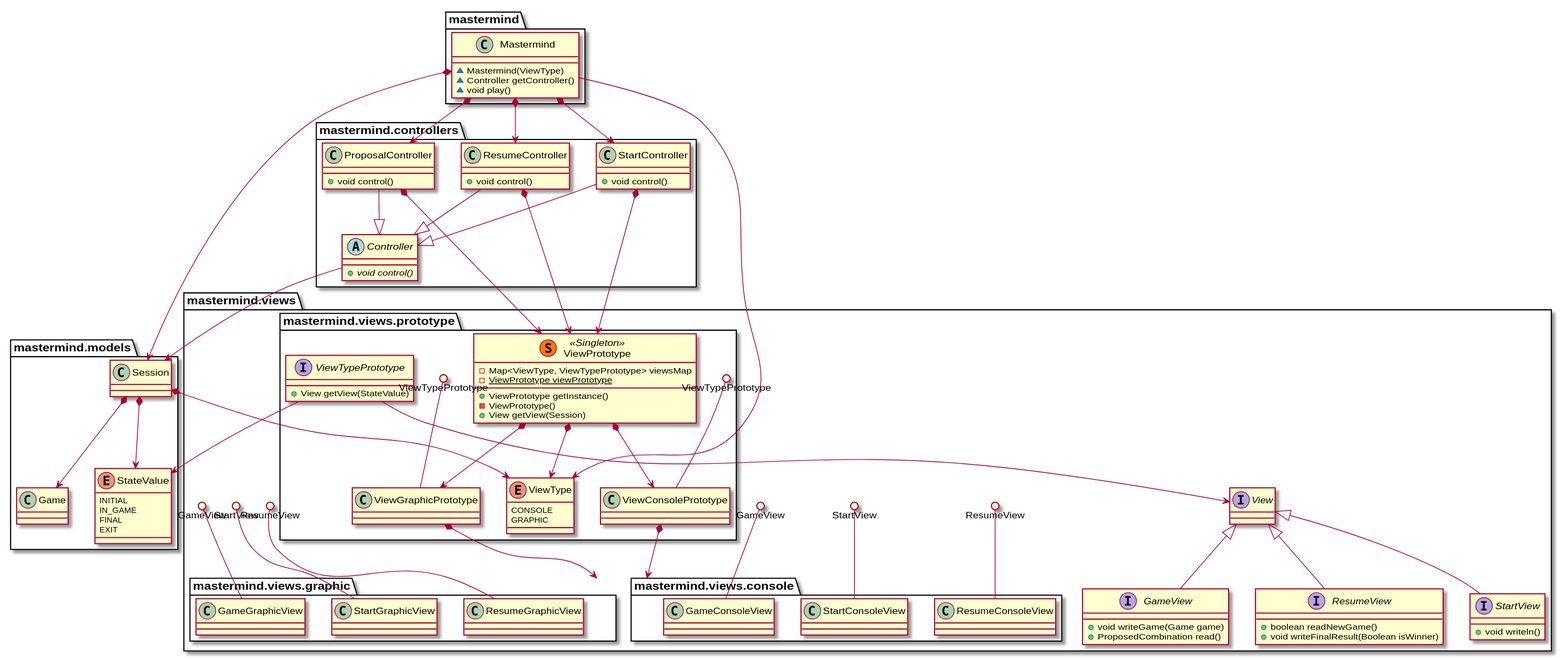
Earlier version of the PlantUML export plantuml.svg (nkoutsourais/4954-PatArqSoft-Practica4).
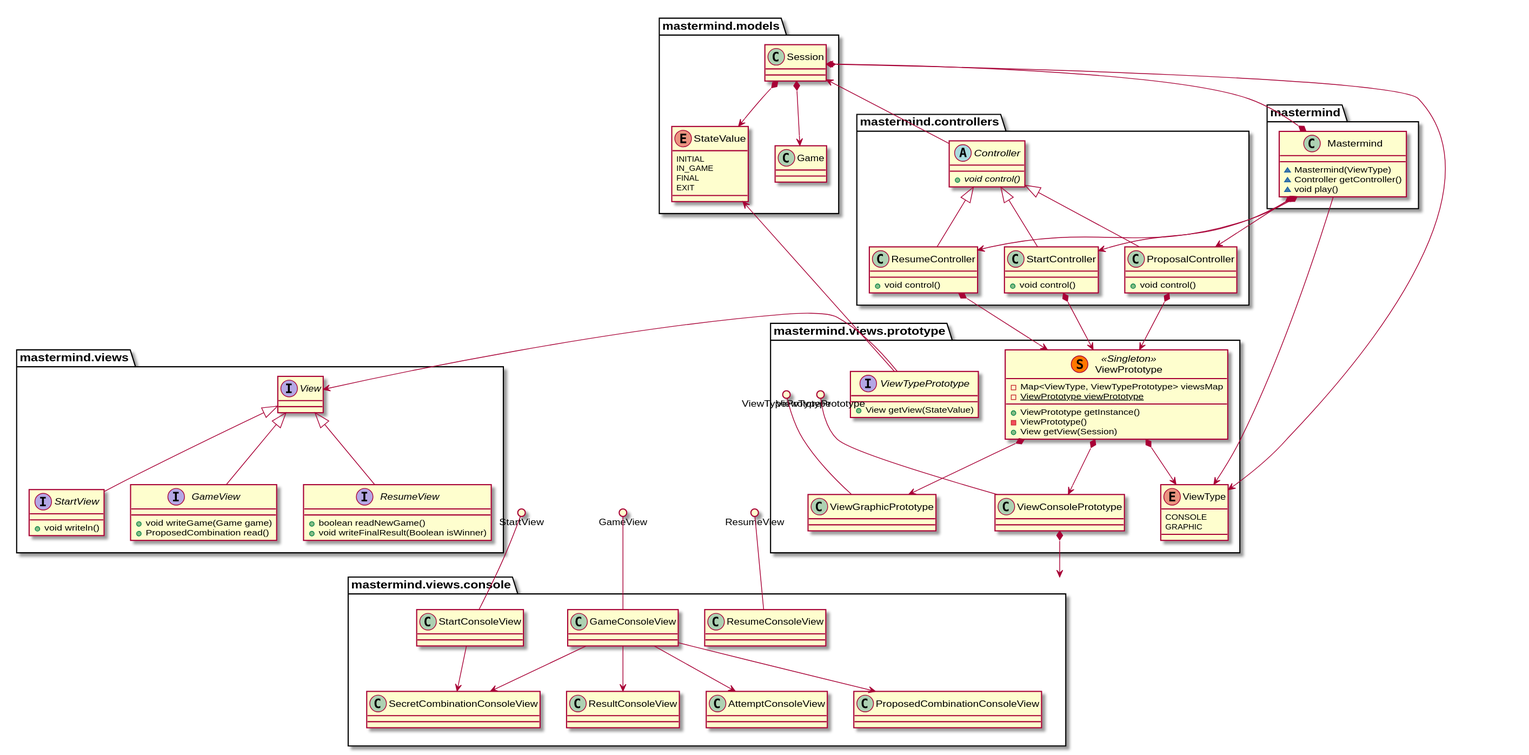
The same diagram one commit later.

What changed in the source:
```diff
@@ -1,31 +1,45 @@
 @startuml
 package mastermind {
 class Mastermind {
-    ~Mastermind(ViewType)
-    ~Controller getController()
-    ~void play()
+   ~Mastermind(ViewType)
+   ~Controller getController()
+   ~void play()
 }
+}
+
+package mastermind.models {
+class Session
+enum StateValue {
+ INITIAL
+ IN_GAME
+ FINAL
+ EXIT
+}
+class Game
+
+Session *-down-> StateValue
+Session *-down-> Game
 }
 
 package mastermind.controllers {
 abstract class Controller{
-    +{abstract} void control()
+   +{abstract} void control()
 }
 
-StartController -down-|> Controller
-ProposalController -down-|> Controller
-ResumeController -down-|> Controller
+StartController -up-|> Controller
+ProposalController -up-|> Controller
+ResumeController -up-|> Controller
 
 class StartController {
-    +void control()
+   +void control()
 }
 
 class ProposalController {
-    +void control()
+   +void control()
 }
 
 class ResumeController {
-    +void control()
+   +void control()
 }
 }
 
@@ -37,34 +51,36 @@
 
 interface View
 interface StartView {
-    + void writeln()
+   + void writeln()
 }
 interface GameView {
-    + void writeGame(Game game)
-    + ProposedCombination read()
+   + void writeGame(Game game)
+   + ProposedCombination read()
 }
 interface ResumeView {
-    + boolean readNewGame()
-    + void writeFinalResult(Boolean isWinner)
+   + boolean readNewGame()
+   + void writeFinalResult(Boolean isWinner)
 }
 
 View <|-down- StartView
 View <|-down- GameView
 View <|-down- ResumeView
 
+}
+
 package mastermind.views.prototype {
 class ViewPrototype << (S,#FF7700) Singleton >> {
- - Map<ViewType, ViewTypePrototype> viewsMap
- - {static} ViewPrototype viewPrototype
- + ViewPrototype getInstance()
- - ViewPrototype()
- + View getView(Session)
+- Map<ViewType, ViewTypePrototype> viewsMap
+- {static} ViewPrototype viewPrototype
++ ViewPrototype getInstance()
+- ViewPrototype()
++ View getView(Session)
 }
 
 ViewPrototype *-down-> ViewType
 
 interface ViewTypePrototype {
-    + View getView(StateValue)
+   + View getView(StateValue)
 }
 
 ViewTypePrototype ()-- ViewConsolePrototype
@@ -74,8 +90,8 @@
 ViewPrototype *--> ViewGraphicPrototype
 
 enum ViewType {
-  CONSOLE
-  GRAPHIC
+ CONSOLE
+ GRAPHIC
 }
 
 }
@@ -84,51 +100,32 @@
 class StartConsoleView
 class GameConsoleView
 class ResumeConsoleView
+
+SecretCombinationConsoleView <-down- StartConsoleView
+SecretCombinationConsoleView <-down- GameConsoleView
+AttemptConsoleView <-down- GameConsoleView
+ProposedCombinationConsoleView <-down- GameConsoleView
+ResultConsoleView <-down- GameConsoleView
 }
 
-package mastermind.views.graphic {
-class StartGraphicView
-class GameGraphicView
-class ResumeGraphicView
-}
 
 StartView ()-- StartConsoleView
 GameView ()-- GameConsoleView
 ResumeView ()-- ResumeConsoleView
 
-StartView ()-- StartGraphicView
-GameView ()-- GameGraphicView
-ResumeView ()-- ResumeGraphicView
-
 mastermind.views.console <-down-* ViewConsolePrototype
-mastermind.views.graphic <-down-* ViewGraphicPrototype
-
-}
 
 StartController *-down-> ViewPrototype
 ProposalController *-down-> ViewPrototype
 ResumeController *-down-> ViewPrototype
 
-package mastermind.models {
-class Session
-enum StateValue {
-  INITIAL
-  IN_GAME
-  FINAL
-  EXIT
-}
-class Game
-
-Session *-down-> StateValue
-Session *-down-> Game
-}
 
 ViewTypePrototype --> StateValue
-ViewTypePrototype --> View
+ViewTypePrototype -left-> View
 
 Session *-down-> ViewType
 
-Controller --> Session
-Mastermind *-down-> Session
-Mastermind --> ViewType
+Controller -up-> Session
+Mastermind *-up-> Session
+Mastermind -up-> ViewType
 @enduml
```
